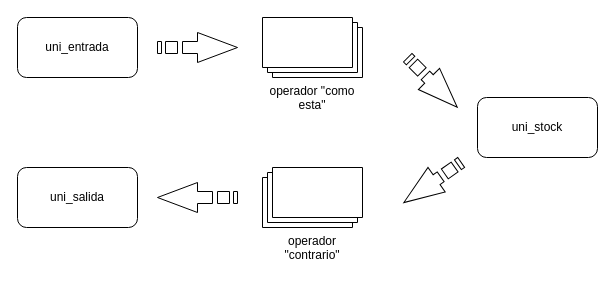
grupoGovanBI-nluque/notion_drawio keeps this draw.io diagram as sql_cambiar_unidades/SQL_Convertir_Unidades.drawio. Above is the earlier version. Source tidied: cells renumbered, new cells numbered last; positions are measured from the earlier drawing's top-left corner, leaving out a move shared by most shapes. Both pictures are drawn from the tidied source at 100%, with x=0, y=0 at pixel (17, 17).
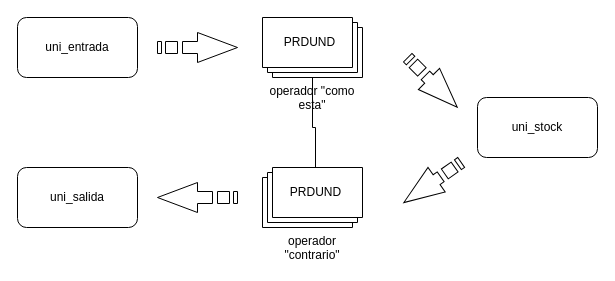
The same page after the edit.

Diff of the diagram source:
```diff
@@
 <mxGraphModel>
   <root>
     <mxCell id="0" />
     <mxCell id="1" parent="0" />
+    <mxCell id="11" style="edgeStyle=orthogonalEdgeStyle;rounded=0;jettySize=auto;html=1;" parent="1" edge="1" source="2" target="13">
+      <mxGeometry relative="1" as="geometry" />
+    </mxCell>
     <mxCell id="2" value="operador &quot;como esta&quot;" style="verticalLabelPosition=bottom;verticalAlign=top;html=1;shape=mxgraph.basic.layered_rect;dx=10;outlineConnect=0;whiteSpace=wrap;" parent="1" vertex="1">
       <mxGeometry x="245" width="100" height="60" as="geometry" />
     </mxCell>
     <mxCell id="3" style="html=1;shadow=0;dashed=0;align=center;verticalAlign=middle;shape=mxgraph.arrows2.stripedArrow;dy=0.6;dx=40;notch=25;" parent="1" vertex="1">
       <mxGeometry x="140" y="15" width="80" height="30" as="geometry" />
     </mxCell>
     <mxCell id="4" style="html=1;shadow=0;dashed=0;align=center;verticalAlign=middle;shape=mxgraph.arrows2.stripedArrow;dy=0.6;dx=40;notch=25;rotation=45;" parent="1" vertex="1">
       <mxGeometry x="380" y="50" width="70" height="30" as="geometry" />
     </mxCell>
     <mxCell id="5" value="uni_entrada" style="rounded=1;whiteSpace=wrap;html=1;" parent="1" vertex="1">
       <mxGeometry width="120" height="60" as="geometry" />
     </mxCell>
     <mxCell id="6" value="uni_stock" style="rounded=1;whiteSpace=wrap;html=1;" parent="1" vertex="1">
       <mxGeometry x="460" y="80" width="120" height="60" as="geometry" />
     </mxCell>
     <mxCell id="7" style="html=1;shadow=0;dashed=0;align=center;verticalAlign=middle;shape=mxgraph.arrows2.stripedArrow;dy=0.6;dx=40;notch=25;rotation=-215;" parent="1" vertex="1">
       <mxGeometry x="380" y="150" width="70" height="30" as="geometry" />
     </mxCell>
     <mxCell id="8" value="operador &quot;contrario&quot;" style="verticalLabelPosition=bottom;verticalAlign=top;html=1;shape=mxgraph.basic.layered_rect;dx=10;whiteSpace=wrap;flipH=1;" parent="1" vertex="1">
       <mxGeometry x="245" y="150" width="100" height="60" as="geometry" />
     </mxCell>
     <mxCell id="9" style="html=1;shadow=0;dashed=0;align=center;verticalAlign=middle;shape=mxgraph.arrows2.stripedArrow;dy=0.6;dx=40;notch=25;flipH=1;" parent="1" vertex="1">
       <mxGeometry x="140" y="165" width="80" height="30" as="geometry" />
     </mxCell>
     <mxCell id="10" value="uni_salida" style="rounded=1;whiteSpace=wrap;html=1;" parent="1" vertex="1">
       <mxGeometry y="150" width="120" height="60" as="geometry" />
     </mxCell>
+    <mxCell id="12" value="PRDUND" style="text;html=1;align=center;verticalAlign=middle;strokeColor=none;fillColor=none;" parent="1" vertex="1">
+      <mxGeometry x="257" y="10" width="70" height="30" as="geometry" />
+    </mxCell>
+    <mxCell id="13" value="PRDUND" style="text;html=1;align=center;verticalAlign=middle;points=[];strokeColor=none;fillColor=none;" parent="1" vertex="1">
+      <mxGeometry x="263" y="160" width="70" height="30" as="geometry" />
+    </mxCell>
   </root>
 </mxGraphModel>
```
